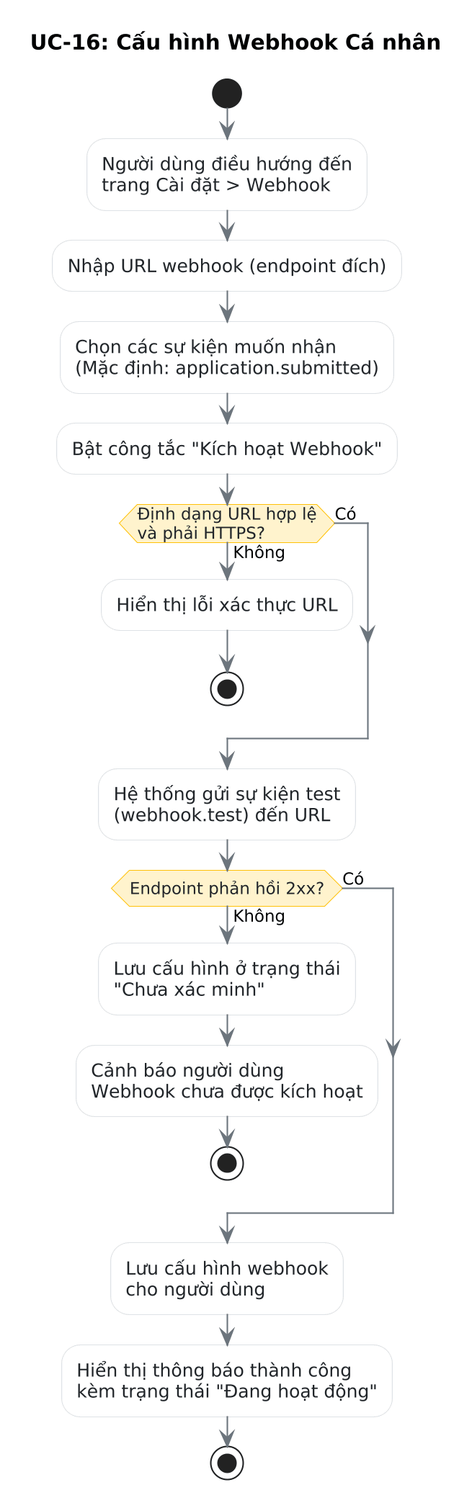
namnh240795/document keeps this PlantUML diagram as modules/recr/images/activity/uc16-webhook-config-activity.png. Above is the earlier version.
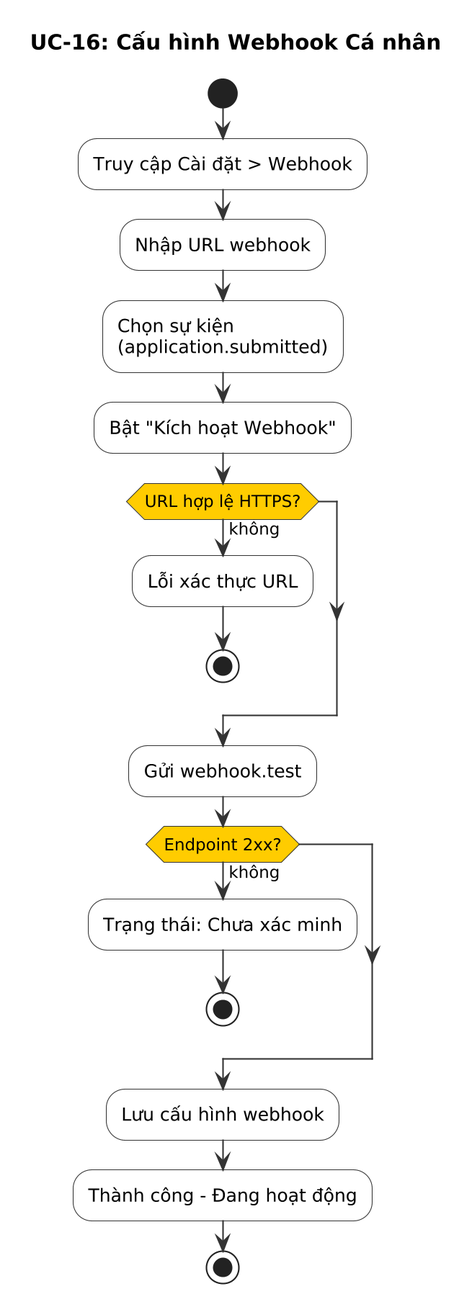
After the change.

Change to the diagram source:
```diff
@@ -1,41 +1,40 @@
-@startuml uc16-webhook-config-activity
+@startuml
+skinparam dpi 200
+skinparam activity {
+  BackgroundColor #F8F8F8
+  BorderColor #333333
+  ArrowColor #333333
+  DiamondBackgroundColor #FFCC00
+  DiamondBorderColor #333333
+}
+
 title UC-16: Cấu hình Webhook Cá nhân
-skinparam dpi 200
-skinparam activityBackgroundColor #f8f9fa
-skinparam activityBorderColor #dee2e6
-skinparam activityFontColor #212529
-skinparam activityDiamondBackgroundColor #fff3cd
-skinparam activityDiamondBorderColor #ffc107
-skinparam arrowColor #6c757d
 
 start
 
-:Người dùng điều hướng đến\ntrang Cài đặt > Webhook;
+:Truy cập Cài đặt > Webhook;
 
-:Nhập URL webhook (endpoint đích);
+:Nhập URL webhook;
 
-:Chọn các sự kiện muốn nhận\n(Mặc định: application.submitted);
+:Chọn sự kiện\n(application.submitted);
 
-:Bật công tắc "Kích hoạt Webhook";
+:Bật "Kích hoạt Webhook";
 
-if (Định dạng URL hợp lệ\nvà phải HTTPS?) then (Không)
-  :Hiển thị lỗi xác thực URL;
+if (URL hợp lệ HTTPS?) then (không)
+  :Lỗi xác thực URL;
   stop
-else (Có)
 endif
 
-:Hệ thống gửi sự kiện test\n(webhook.test) đến URL;
+:Gửi webhook.test;
 
-if (Endpoint phản hồi 2xx?) then (Không)
-  :Lưu cấu hình ở trạng thái\n"Chưa xác minh";
-  :Cảnh báo người dùng\nWebhook chưa được kích hoạt;
+if (Endpoint 2xx?) then (không)
+  :Trạng thái: Chưa xác minh;
   stop
-else (Có)
 endif
 
-:Lưu cấu hình webhook\ncho người dùng;
+:Lưu cấu hình webhook;
 
-:Hiển thị thông báo thành công\nkèm trạng thái "Đang hoạt động";
+:Thành công - Đang hoạt động;
 
 stop
 
```
